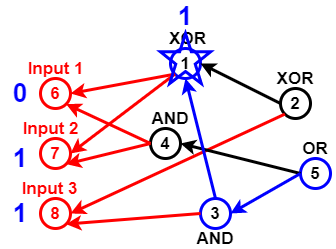
Before: Untitled Diagram.png, a diagram exported from draw.io (sara1024/-CCF201412-2-Z-). Source tidied: cells renumbered, new cells last; positions are measured from the earlier drawing's top-left corner, leaving out a move shared by most shapes. Its diagram source:
```xml
<mxGraphModel>
  <root>
    <mxCell id="0" />
    <mxCell id="1" parent="0" />
    <mxCell id="2" value="6" style="ellipse;whiteSpace=wrap;html=1;fillColor=none;strokeWidth=3;strokeColor=#FF0000;fontStyle=1;fontSize=17;fontColor=#FF0000;" parent="1" vertex="1">
      <mxGeometry x="40" y="75" width="30" height="30" as="geometry" />
    </mxCell>
    <mxCell id="3" value="7" style="ellipse;whiteSpace=wrap;html=1;strokeColor=#FF0000;strokeWidth=3;fillColor=none;fontSize=17;fontColor=#FF0000;fontStyle=1;" parent="1" vertex="1">
      <mxGeometry x="40" y="135" width="30" height="30" as="geometry" />
    </mxCell>
    <mxCell id="4" value="8" style="ellipse;whiteSpace=wrap;html=1;strokeColor=#FF0000;strokeWidth=3;fillColor=none;fontSize=17;fontColor=#FF0000;fontStyle=1;" parent="1" vertex="1">
      <mxGeometry x="40" y="195" width="30" height="30" as="geometry" />
    </mxCell>
    <mxCell id="5" value="1" style="ellipse;whiteSpace=wrap;html=1;strokeWidth=3;fillColor=none;fontSize=17;fontColor=#000000;fontStyle=1;strokeColor=#0000FF;" parent="1" vertex="1">
      <mxGeometry x="170" y="45" width="30" height="30" as="geometry" />
    </mxCell>
    <mxCell id="6" style="endArrow=classic;html=1;fontSize=17;fontColor=#000000;strokeWidth=3;entryX=1;entryY=0.5;entryDx=0;entryDy=0;exitX=0;exitY=1;exitDx=0;exitDy=0;strokeColor=#FF0000;" parent="1" edge="1" source="5" target="2">
      <mxGeometry relative="1" as="geometry" />
    </mxCell>
    <mxCell id="7" style="endArrow=classic;html=1;strokeWidth=3;fontSize=17;fontColor=#000000;entryX=1;entryY=0.5;entryDx=0;entryDy=0;exitX=0;exitY=1;exitDx=0;exitDy=0;strokeColor=#FF0000;" parent="1" edge="1" source="5" target="3">
      <mxGeometry relative="1" as="geometry" />
    </mxCell>
    <mxCell id="8" value="4" style="ellipse;whiteSpace=wrap;html=1;strokeColor=#000000;strokeWidth=3;fillColor=none;fontSize=17;fontColor=#000000;fontStyle=1;" parent="1" vertex="1">
      <mxGeometry x="150" y="125" width="30" height="30" as="geometry" />
    </mxCell>
    <mxCell id="9" style="endArrow=classic;html=1;strokeColor=#FF0000;strokeWidth=3;fontSize=17;fontColor=#000000;entryX=1;entryY=1;entryDx=0;entryDy=0;exitX=0;exitY=0.5;exitDx=0;exitDy=0;" parent="1" edge="1" source="8" target="3">
      <mxGeometry relative="1" as="geometry" />
    </mxCell>
    <mxCell id="10" style="endArrow=classic;html=1;strokeColor=#FF0000;strokeWidth=3;fontSize=17;fontColor=#000000;entryX=1;entryY=1;entryDx=0;entryDy=0;exitX=0;exitY=0.5;exitDx=0;exitDy=0;" parent="1" edge="1" source="8" target="2">
      <mxGeometry relative="1" as="geometry" />
    </mxCell>
    <mxCell id="11" value="3" style="ellipse;whiteSpace=wrap;html=1;strokeWidth=3;fillColor=none;fontSize=17;fontColor=#000000;fontStyle=1;strokeColor=#0000FF;" parent="1" vertex="1">
      <mxGeometry x="200" y="195" width="30" height="30" as="geometry" />
    </mxCell>
    <mxCell id="12" style="endArrow=classic;html=1;strokeColor=#FF0000;strokeWidth=3;fontSize=17;fontColor=#000000;entryX=1;entryY=1;entryDx=0;entryDy=0;exitX=0;exitY=0.5;exitDx=0;exitDy=0;" parent="1" edge="1" source="11" target="4">
      <mxGeometry relative="1" as="geometry" />
    </mxCell>
    <mxCell id="13" value="2" style="ellipse;whiteSpace=wrap;html=1;strokeColor=#000000;strokeWidth=3;fillColor=none;fontSize=17;fontColor=#000000;fontStyle=1;" parent="1" vertex="1">
      <mxGeometry x="280" y="85" width="30" height="30" as="geometry" />
    </mxCell>
    <mxCell id="14" style="endArrow=classic;html=1;strokeColor=#FF0000;strokeWidth=3;fontSize=17;fontColor=#000000;entryX=1;entryY=0.5;entryDx=0;entryDy=0;exitX=0;exitY=1;exitDx=0;exitDy=0;" parent="1" edge="1" source="13" target="4">
      <mxGeometry relative="1" as="geometry" />
    </mxCell>
    <mxCell id="15" value="5" style="ellipse;whiteSpace=wrap;html=1;strokeWidth=3;fillColor=none;fontSize=17;fontColor=#000000;fontStyle=1;strokeColor=#0000FF;" parent="1" vertex="1">
      <mxGeometry x="300" y="155" width="30" height="30" as="geometry" />
    </mxCell>
    <mxCell id="16" style="endArrow=classic;html=1;strokeWidth=3;fontSize=17;fontColor=#000000;entryX=1;entryY=0.5;entryDx=0;entryDy=0;exitX=0;exitY=0.5;exitDx=0;exitDy=0;" parent="1" edge="1" source="15" target="8">
      <mxGeometry relative="1" as="geometry" />
    </mxCell>
    <mxCell id="17" style="endArrow=classic;html=1;strokeWidth=3;fontSize=17;fontColor=#000000;entryX=1;entryY=0.5;entryDx=0;entryDy=0;exitX=0;exitY=0.5;exitDx=0;exitDy=0;strokeColor=#0000FF;" parent="1" edge="1" source="15" target="11">
      <mxGeometry relative="1" as="geometry" />
    </mxCell>
    <mxCell id="18" style="endArrow=classic;html=1;strokeWidth=3;fontSize=17;fontColor=#000000;entryX=0.5;entryY=1;entryDx=0;entryDy=0;exitX=0.5;exitY=0;exitDx=0;exitDy=0;strokeColor=#0000FF;" parent="1" edge="1" source="11" target="5">
      <mxGeometry relative="1" as="geometry" />
    </mxCell>
    <mxCell id="19" style="endArrow=classic;html=1;strokeWidth=3;fontSize=17;entryX=1;entryY=0.5;entryDx=0;entryDy=0;exitX=0;exitY=0.5;exitDx=0;exitDy=0;" parent="1" edge="1" source="13" target="5">
      <mxGeometry relative="1" as="geometry" />
    </mxCell>
    <mxCell id="20" value="XOR" style="text;html=1;strokeColor=none;fillColor=none;align=center;verticalAlign=middle;whiteSpace=wrap;rounded=0;fontSize=17;fontColor=#000000;fontStyle=1;" parent="1" vertex="1">
      <mxGeometry x="165" y="25" width="45" height="20" as="geometry" />
    </mxCell>
    <mxCell id="21" value="XOR" style="text;html=1;strokeColor=none;fillColor=none;align=center;verticalAlign=middle;whiteSpace=wrap;rounded=0;fontSize=17;fontColor=#000000;fontStyle=1;" parent="1" vertex="1">
      <mxGeometry x="275" y="65" width="40" height="20" as="geometry" />
    </mxCell>
    <mxCell id="22" value="OR" style="text;html=1;strokeColor=none;fillColor=none;align=center;verticalAlign=middle;whiteSpace=wrap;rounded=0;fontSize=17;fontColor=#000000;fontStyle=1;" parent="1" vertex="1">
      <mxGeometry x="295" y="135" width="40" height="20" as="geometry" />
    </mxCell>
    <mxCell id="23" value="AND" style="text;html=1;strokeColor=none;fillColor=none;align=center;verticalAlign=middle;whiteSpace=wrap;rounded=0;fontSize=17;fontColor=#000000;fontStyle=1;" parent="1" vertex="1">
      <mxGeometry x="195" y="225" width="40" height="20" as="geometry" />
    </mxCell>
    <mxCell id="24" value="AND" style="text;html=1;strokeColor=none;fillColor=none;align=center;verticalAlign=middle;whiteSpace=wrap;rounded=0;fontSize=17;fontColor=#000000;fontStyle=1;" parent="1" vertex="1">
      <mxGeometry x="150" y="105" width="40" height="20" as="geometry" />
    </mxCell>
    <mxCell id="25" value="Input 1" style="text;html=1;strokeColor=none;fillColor=none;align=center;verticalAlign=middle;whiteSpace=wrap;rounded=0;fontSize=17;fontStyle=1;fontColor=#FF0000;" parent="1" vertex="1">
      <mxGeometry x="17.5" y="55" width="75" height="20" as="geometry" />
    </mxCell>
    <mxCell id="26" value="Input 2" style="text;html=1;strokeColor=none;fillColor=none;align=center;verticalAlign=middle;whiteSpace=wrap;rounded=0;fontSize=17;fontColor=#FF0000;fontStyle=1;" parent="1" vertex="1">
      <mxGeometry x="17.5" y="115" width="65" height="20" as="geometry" />
    </mxCell>
    <mxCell id="27" value="Input 3" style="text;html=1;strokeColor=none;fillColor=none;align=center;verticalAlign=middle;whiteSpace=wrap;rounded=0;fontSize=17;fontColor=#FF0000;fontStyle=1;" parent="1" vertex="1">
      <mxGeometry x="17.5" y="175" width="62.5" height="20" as="geometry" />
    </mxCell>
    <mxCell id="28" value="0" style="text;html=1;strokeColor=none;fillColor=none;align=center;verticalAlign=middle;whiteSpace=wrap;rounded=0;fontSize=26;fontStyle=1;fontColor=#0000FF;" parent="1" vertex="1">
      <mxGeometry y="80" width="40" height="20" as="geometry" />
    </mxCell>
    <mxCell id="29" value="1" style="text;html=1;strokeColor=none;fillColor=none;align=center;verticalAlign=middle;whiteSpace=wrap;rounded=0;fontSize=26;fontStyle=1;fontColor=#0000FF;" parent="1" vertex="1">
      <mxGeometry y="145" width="40" height="20" as="geometry" />
    </mxCell>
    <mxCell id="30" value="1" style="text;html=1;strokeColor=none;fillColor=none;align=center;verticalAlign=middle;whiteSpace=wrap;rounded=0;fontSize=26;fontStyle=1;fontColor=#0000FF;" parent="1" vertex="1">
      <mxGeometry y="200" width="40" height="20" as="geometry" />
    </mxCell>
    <mxCell id="31" style="verticalLabelPosition=bottom;verticalAlign=top;html=1;shape=mxgraph.basic.star;strokeWidth=3;fillColor=none;gradientColor=none;fontSize=26;fontColor=#0000CC;strokeColor=#0000FF;" parent="1" vertex="1">
      <mxGeometry x="160" y="30" width="50" height="50" as="geometry" />
    </mxCell>
    <mxCell id="32" value="1" style="text;html=1;strokeColor=none;fillColor=none;align=center;verticalAlign=middle;whiteSpace=wrap;rounded=0;fontSize=26;fontColor=#0000FF;fontStyle=1;" parent="1" vertex="1">
      <mxGeometry x="165" width="40" height="25" as="geometry" />
    </mxCell>
  </root>
</mxGraphModel>
```
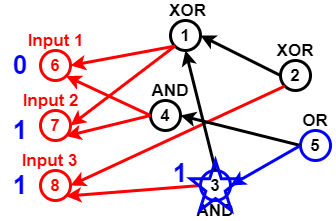
Later version of the same file.

The edit, as a diff of the source:
```diff
@@ -11,7 +11,7 @@
     <mxCell id="4" value="8" style="ellipse;whiteSpace=wrap;html=1;strokeColor=#FF0000;strokeWidth=3;fillColor=none;fontSize=17;fontColor=#FF0000;fontStyle=1;" parent="1" vertex="1">
       <mxGeometry x="40" y="195" width="30" height="30" as="geometry" />
     </mxCell>
-    <mxCell id="5" value="1" style="ellipse;whiteSpace=wrap;html=1;strokeWidth=3;fillColor=none;fontSize=17;fontColor=#000000;fontStyle=1;strokeColor=#0000FF;" parent="1" vertex="1">
+    <mxCell id="5" value="1" style="ellipse;whiteSpace=wrap;html=1;strokeWidth=3;fillColor=none;fontSize=17;fontColor=#000000;fontStyle=1;" parent="1" vertex="1">
       <mxGeometry x="170" y="45" width="30" height="30" as="geometry" />
     </mxCell>
     <mxCell id="6" style="endArrow=classic;html=1;fontSize=17;fontColor=#000000;strokeWidth=3;entryX=1;entryY=0.5;entryDx=0;entryDy=0;exitX=0;exitY=1;exitDx=0;exitDy=0;strokeColor=#FF0000;" parent="1" edge="1" source="5" target="2">
@@ -50,7 +50,7 @@
     <mxCell id="17" style="endArrow=classic;html=1;strokeWidth=3;fontSize=17;fontColor=#000000;entryX=1;entryY=0.5;entryDx=0;entryDy=0;exitX=0;exitY=0.5;exitDx=0;exitDy=0;strokeColor=#0000FF;" parent="1" edge="1" source="15" target="11">
       <mxGeometry relative="1" as="geometry" />
     </mxCell>
-    <mxCell id="18" style="endArrow=classic;html=1;strokeWidth=3;fontSize=17;fontColor=#000000;entryX=0.5;entryY=1;entryDx=0;entryDy=0;exitX=0.5;exitY=0;exitDx=0;exitDy=0;strokeColor=#0000FF;" parent="1" edge="1" source="11" target="5">
+    <mxCell id="18" style="endArrow=classic;html=1;strokeWidth=3;fontSize=17;fontColor=#000000;entryX=0.5;entryY=1;entryDx=0;entryDy=0;exitX=0.5;exitY=0;exitDx=0;exitDy=0;" parent="1" edge="1" source="11" target="5">
       <mxGeometry relative="1" as="geometry" />
     </mxCell>
     <mxCell id="19" style="endArrow=classic;html=1;strokeWidth=3;fontSize=17;entryX=1;entryY=0.5;entryDx=0;entryDy=0;exitX=0;exitY=0.5;exitDx=0;exitDy=0;" parent="1" edge="1" source="13" target="5">
@@ -90,10 +90,10 @@
       <mxGeometry y="200" width="40" height="20" as="geometry" />
     </mxCell>
     <mxCell id="31" style="verticalLabelPosition=bottom;verticalAlign=top;html=1;shape=mxgraph.basic.star;strokeWidth=3;fillColor=none;gradientColor=none;fontSize=26;fontColor=#0000CC;strokeColor=#0000FF;" parent="1" vertex="1">
-      <mxGeometry x="160" y="30" width="50" height="50" as="geometry" />
+      <mxGeometry x="190" y="185" width="50" height="50" as="geometry" />
     </mxCell>
     <mxCell id="32" value="1" style="text;html=1;strokeColor=none;fillColor=none;align=center;verticalAlign=middle;whiteSpace=wrap;rounded=0;fontSize=26;fontColor=#0000FF;fontStyle=1;" parent="1" vertex="1">
-      <mxGeometry x="165" width="40" height="25" as="geometry" />
+      <mxGeometry x="160" y="185" width="40" height="25" as="geometry" />
     </mxCell>
   </root>
 </mxGraphModel>
```
